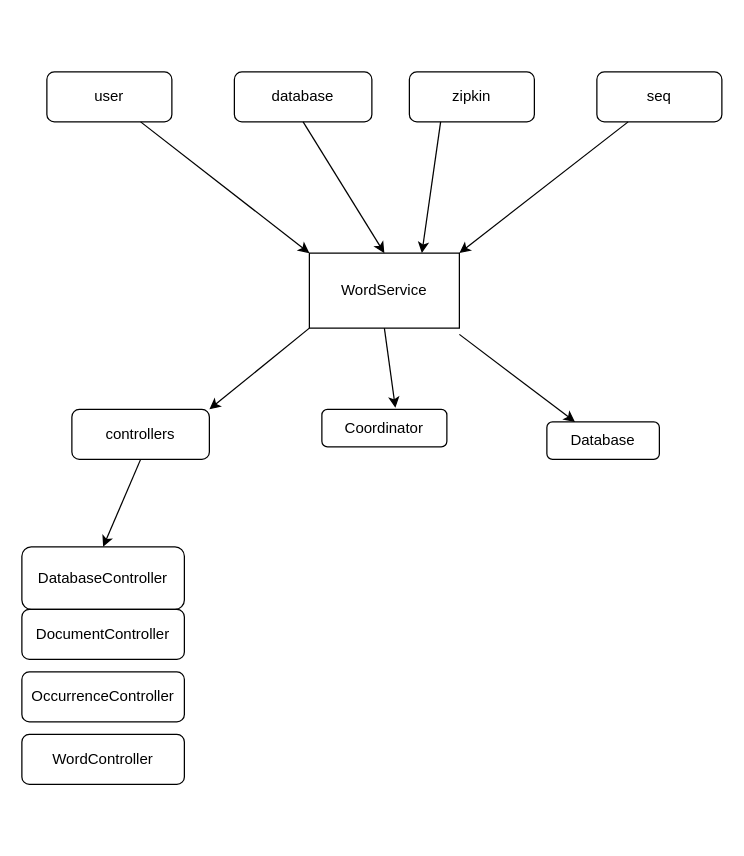
This is Unavngivet diagram.drawio from rcilomba/search-engine, a draw.io file, before an edit. Source tidied: cells renumbered, new cells numbered last; positions are measured from the earlier drawing's top-left corner, leaving out a move shared by most shapes. Both pictures are drawn from the tidied source at 125%, with x=0, y=0 at pixel (21, 71).
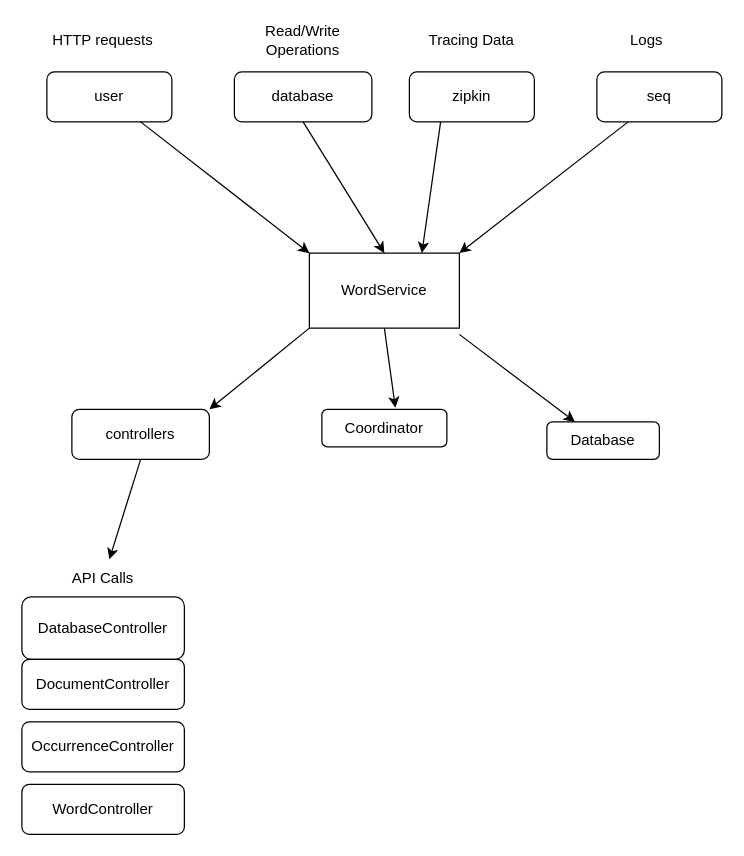
The same diagram, later.

The change refers to these unchanged cells:
```xml
<mxCell id="11" value="controllers" style="rounded=1;whiteSpace=wrap;html=1;" parent="1" vertex="1">
  <mxGeometry x="40" y="270" width="110" height="40" as="geometry" />
</mxCell>
```

Diff of the diagram source:
```diff
@@
     <mxCell id="13" value="DatabaseController" style="rounded=1;whiteSpace=wrap;html=1;" parent="1" vertex="1">
-      <mxGeometry y="380" width="130" height="50" as="geometry" />
+      <mxGeometry y="420" width="130" height="50" as="geometry" />
     </mxCell>
     <mxCell id="14" value="DocumentController" style="rounded=1;whiteSpace=wrap;html=1;" parent="1" vertex="1">
-      <mxGeometry y="430" width="130" height="40" as="geometry" />
+      <mxGeometry y="470" width="130" height="40" as="geometry" />
     </mxCell>
     <mxCell id="15" value="OccurrenceController" style="rounded=1;whiteSpace=wrap;html=1;" parent="1" vertex="1">
-      <mxGeometry y="480" width="130" height="40" as="geometry" />
+      <mxGeometry y="520" width="130" height="40" as="geometry" />
     </mxCell>
     <mxCell id="16" value="WordController" style="rounded=1;whiteSpace=wrap;html=1;" parent="1" vertex="1">
-      <mxGeometry y="530" width="130" height="40" as="geometry" />
+      <mxGeometry y="570" width="130" height="40" as="geometry" />
     </mxCell>
-    <mxCell id="17" style="endArrow=classic;html=1;rounded=0;exitX=0.5;exitY=1;exitDx=0;exitDy=0;entryX=0.5;entryY=0;entryDx=0;entryDy=0;" parent="1" edge="1" source="11" target="13">
-      <mxGeometry relative="1" as="geometry" />
+    <mxCell id="17" style="endArrow=classic;html=1;rounded=0;exitX=0.5;exitY=1;exitDx=0;exitDy=0;" parent="1" edge="1" source="11">
+      <mxGeometry relative="1" as="geometry">
+        <mxPoint x="70" y="390" as="targetPoint" />
+      </mxGeometry>
     </mxCell>
@@
+    <mxCell id="22" value="API Calls" style="text;strokeColor=none;align=center;fillColor=none;html=1;verticalAlign=middle;whiteSpace=wrap;rounded=0;" parent="1" vertex="1">
+      <mxGeometry x="35" y="390" width="60" height="30" as="geometry" />
+    </mxCell>
+    <mxCell id="23" value="Read/Write Operations" style="text;strokeColor=none;align=center;fillColor=none;html=1;verticalAlign=middle;whiteSpace=wrap;rounded=0;" parent="1" vertex="1">
+      <mxGeometry x="175" y="-40" width="100" height="30" as="geometry" />
+    </mxCell>
+    <mxCell id="24" value="Logs" style="text;strokeColor=none;align=center;fillColor=none;html=1;verticalAlign=middle;whiteSpace=wrap;rounded=0;" parent="1" vertex="1">
+      <mxGeometry x="450" y="-40" width="100" height="30" as="geometry" />
+    </mxCell>
+    <mxCell id="25" value="HTTP requests" style="text;strokeColor=none;align=center;fillColor=none;html=1;verticalAlign=middle;whiteSpace=wrap;rounded=0;" parent="1" vertex="1">
+      <mxGeometry x="15" y="-40" width="100" height="30" as="geometry" />
+    </mxCell>
+    <mxCell id="26" value="Tracing Data" style="text;strokeColor=none;align=center;fillColor=none;html=1;verticalAlign=middle;whiteSpace=wrap;rounded=0;" parent="1" vertex="1">
+      <mxGeometry x="310" y="-40" width="100" height="30" as="geometry" />
+    </mxCell>
```
